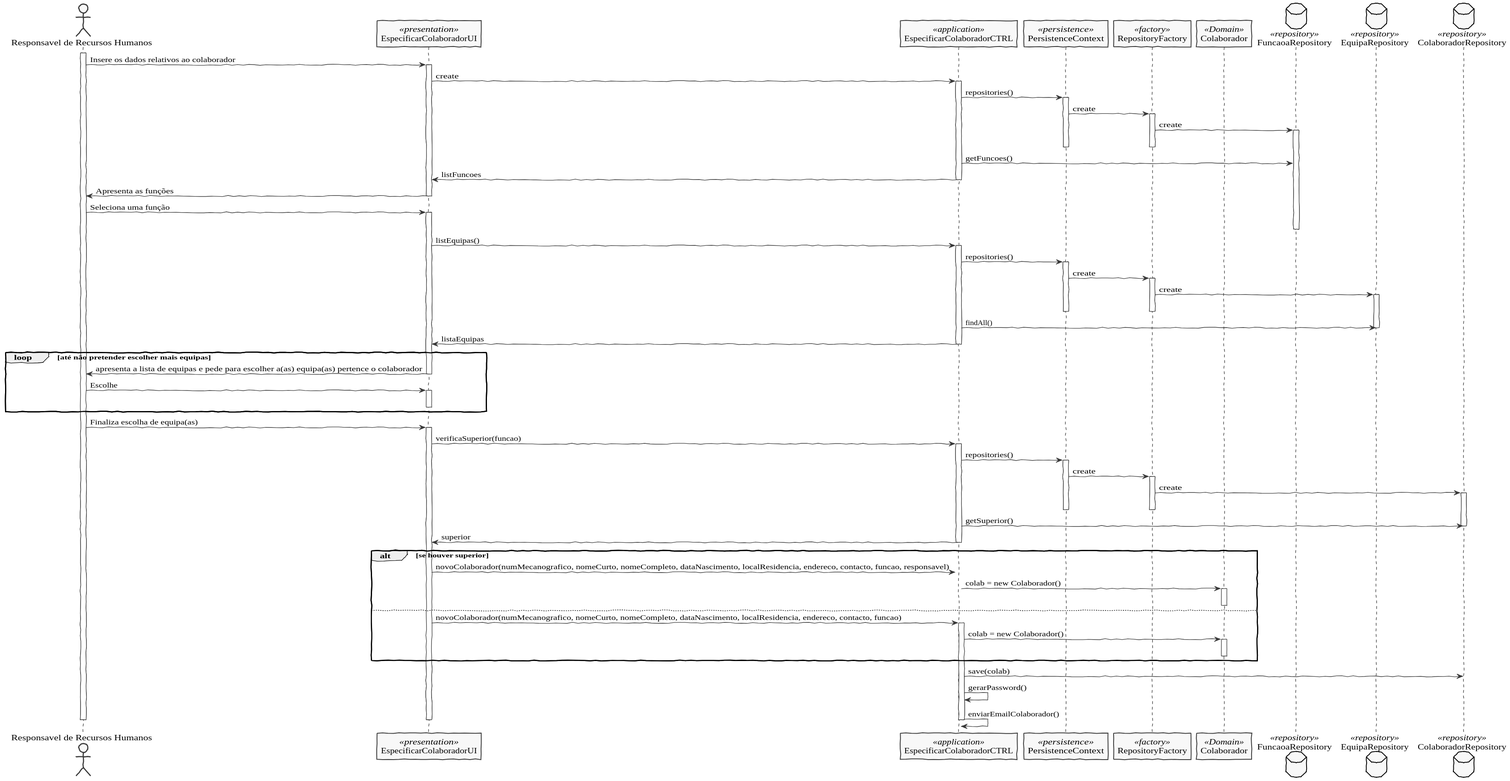
Earlier version of the PlantUML export docs/US2051/SD_Responsavel_Recursos_Humanos.svg (pedrolemos4/LAPR4). The source it was exported from:
```plantuml
@startuml
skinparam handwritten true
skinparam monochrome true
skinparam packageStyle rect
skinparam defaultFontName FG Virgil
skinparam shadowing false

Actor "Responsavel de Recursos Humanos" as Actor
participant EspecificarColaboradorUI as UI <<presentation>>
participant EspecificarColaboradorCTRL as Controller <<application>>
participant PersistenceContext as Persistence <<persistence>>
participant RepositoryFactory as Factory <<factory>>
participant Colaborador as Colaborador <<Domain>>
database FuncaoaRepository as FRepository <<repository>>
database EquipaRepository as ERepository <<repository>>
database ColaboradorRepository as CRepository <<repository>>


activate Actor
      Actor -> UI: Insere os dados relativos ao colaborador
    activate UI
      UI -> Controller: create
    activate Controller
      Controller -> Persistence: repositories()
    activate Persistence
      Persistence -> Factory: create
    activate Factory
      Factory -> FRepository: create
    activate FRepository
    deactivate Factory
    deactivate Persistence
      Controller -> FRepository: getFuncoes()
      Controller -> UI: listFuncoes
    deactivate Controller
      UI -> Actor: Apresenta as funções
    deactivate UI
      Actor -> UI: Seleciona uma função
    activate UI
    deactivate FRepository
       UI -> Controller: listEquipas()
    activate Controller
      Controller -> Persistence: repositories()
    activate Persistence
      Persistence -> Factory: create
    activate Factory
      Factory -> ERepository: create
    activate ERepository
    deactivate Factory
    deactivate Persistence
      Controller -> ERepository: findAll()
    deactivate ERepository
      Controller -> UI: listaEquipas
    deactivate Controller
    loop até não pretender escolher mais equipas
      UI -> Actor: apresenta a lista de equipas e pede para escolher a(as) equipa(as) pertence o colaborador
    deactivate UI
      Actor -> UI: Escolhe
    activate UI
    deactivate UI
    end

      Actor -> UI: Finaliza escolha de equipa(as)
    activate UI
      UI -> Controller: verificaSuperior(funcao)
    activate Controller
      Controller -> Persistence: repositories()
    activate Persistence
      Persistence -> Factory: create
    activate Factory
      Factory -> CRepository: create
    activate CRepository
    deactivate Factory
    deactivate Persistence
      Controller -> CRepository: getSuperior()
    deactivate CRepository
      Controller -> UI: superior
    deactivate Controller

    alt se houver superior
      UI -> Controller: novoColaborador(numMecanografico, nomeCurto, nomeCompleto, dataNascimento, localResidencia, endereco, contacto, funcao, responsavel)
    activate Controller
      Controller -> Colaborador: colab = new Colaborador()
    activate Colaborador
    deactivate Colaborador
    else
      UI -> Controller: novoColaborador(numMecanografico, nomeCurto, nomeCompleto, dataNascimento, localResidencia, endereco, contacto, funcao)
    activate Controller
      Controller -> Colaborador: colab = new Colaborador()
    activate Colaborador
    deactivate Colaborador
    end
    activate CRepository
      Controller -> CRepository: save(colab)
    deactivate CRepository
      Controller -> Controller: gerarPassword()
      Controller -> Controller: enviarEmailColaborador()
    deactivate Controller
    deactivate UI

deactivate Actor
@enduml
```
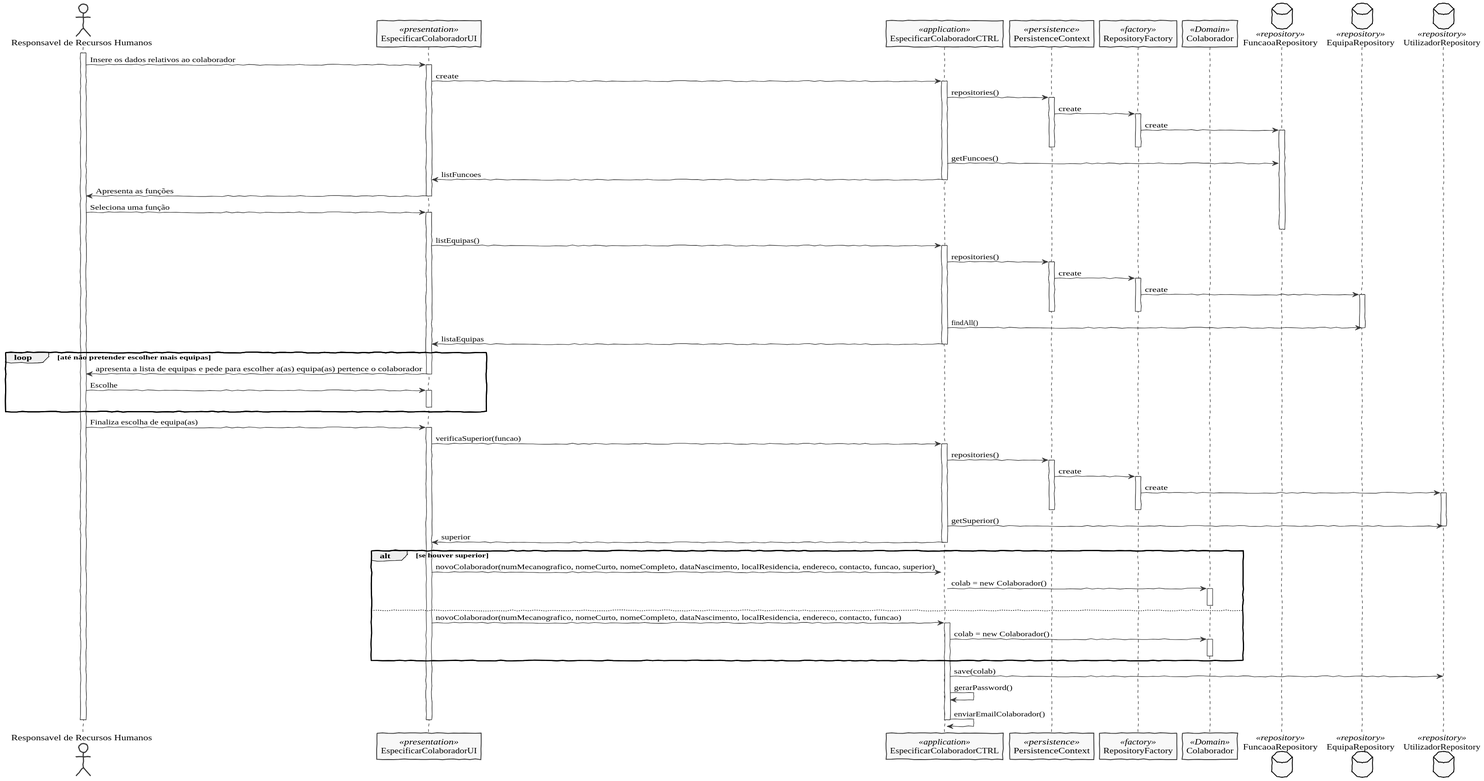
Above is the later version.

Change to the diagram source:
```diff
@@ -13,7 +13,7 @@
 participant Colaborador as Colaborador <<Domain>>
 database FuncaoaRepository as FRepository <<repository>>
 database EquipaRepository as ERepository <<repository>>
-database ColaboradorRepository as CRepository <<repository>>
+database UtilizadorRepository as CRepository <<repository>>
 
 
 activate Actor
@@ -77,7 +77,7 @@
     deactivate Controller
 
     alt se houver superior
-      UI -> Controller: novoColaborador(numMecanografico, nomeCurto, nomeCompleto, dataNascimento, localResidencia, endereco, contacto, funcao, responsavel)
+      UI -> Controller: novoColaborador(numMecanografico, nomeCurto, nomeCompleto, dataNascimento, localResidencia, endereco, contacto, funcao, superior)
     activate Controller
       Controller -> Colaborador: colab = new Colaborador()
     activate Colaborador
```
